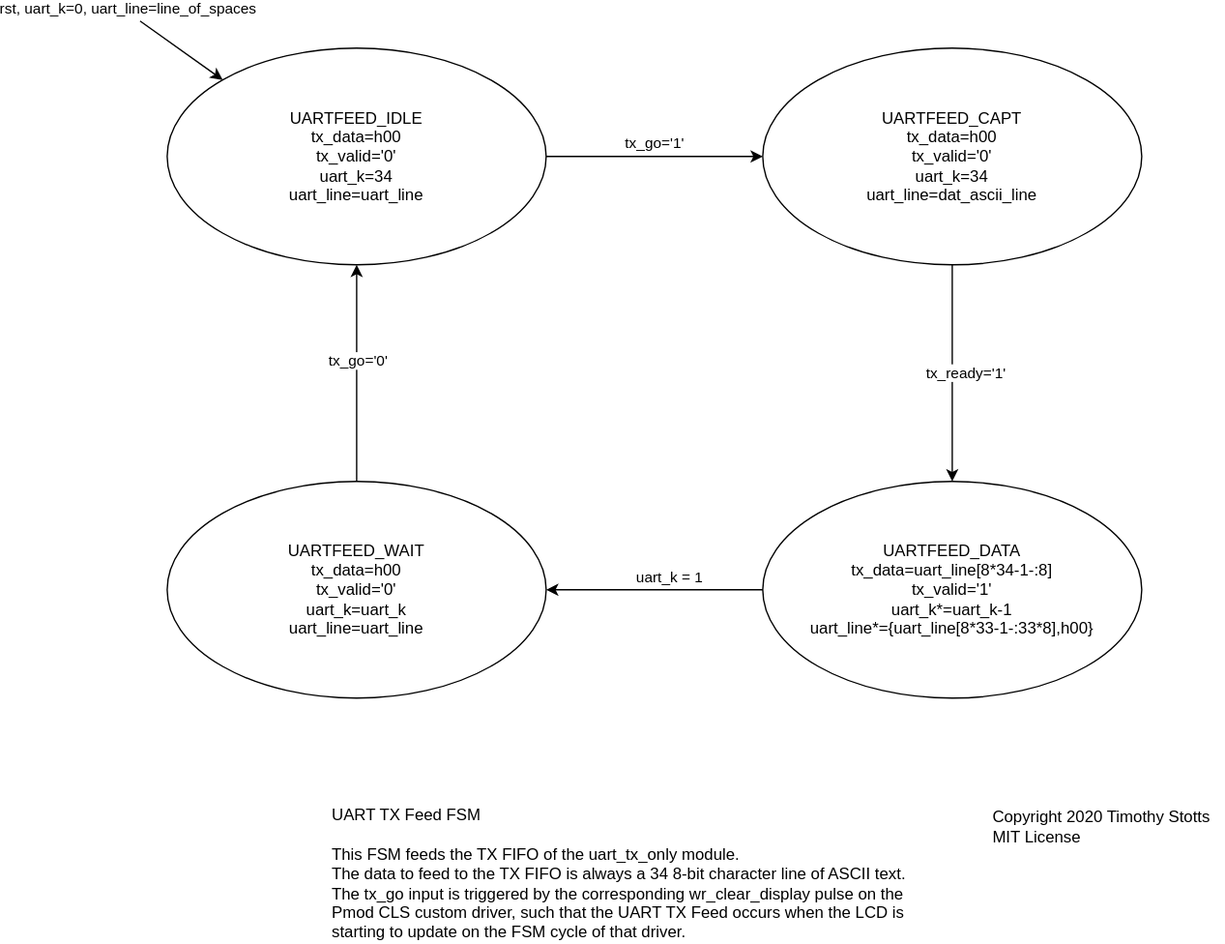
Above: ACL-Tester-Design-Documents/ACL-Tester-Design-Diagrams-UARTfeed.svg in timothystotts/fpga-serial-acl-tester-1 (draw.io), before the change. Source tidied: cells renumbered, new cells last; positions are measured from the earlier drawing's top-left corner, leaving out a move shared by most shapes. Source of this version:
```xml
<mxGraphModel>
  <root>
    <mxCell id="0" />
    <mxCell id="1" parent="0" />
    <mxCell id="2" value="UARTFEED_IDLE&lt;br&gt;tx_data=h00&lt;br&gt;tx_valid='0'&lt;br&gt;uart_k=34&lt;br&gt;uart_line=uart_line&lt;br&gt;" style="ellipse;whiteSpace=wrap;html=1;" parent="1" vertex="1">
      <mxGeometry x="20" y="20" width="280" height="160" as="geometry" />
    </mxCell>
    <mxCell id="3" value="UARTFEED_CAPT&lt;br&gt;tx_data=h00&lt;br&gt;tx_valid='0'&lt;br&gt;uart_k=34&lt;br&gt;uart_line=dat_ascii_line" style="ellipse;whiteSpace=wrap;html=1;" parent="1" vertex="1">
      <mxGeometry x="460" y="20" width="280" height="160" as="geometry" />
    </mxCell>
    <mxCell id="4" value="tx_go='1'" style="endArrow=classic;html=1;exitX=1;exitY=0.5;exitDx=0;exitDy=0;entryX=0;entryY=0.5;entryDx=0;entryDy=0;" parent="1" edge="1" source="2" target="3">
      <mxGeometry y="10" relative="1" as="geometry" />
    </mxCell>
    <mxCell id="5" value="UARTFEED_DATA&lt;br&gt;tx_data=uart_line[8*34-1-:8]&lt;br&gt;tx_valid='1'&lt;br&gt;uart_k*=uart_k-1&lt;br&gt;uart_line*={uart_line[8*33-1-:33*8],h00}" style="ellipse;whiteSpace=wrap;html=1;" parent="1" vertex="1">
      <mxGeometry x="460" y="340" width="280" height="160" as="geometry" />
    </mxCell>
    <mxCell id="6" value="tx_ready='1'" style="endArrow=classic;html=1;exitX=0.5;exitY=1;exitDx=0;exitDy=0;entryX=0.5;entryY=0;entryDx=0;entryDy=0;" parent="1" edge="1" source="3" target="5">
      <mxGeometry y="10" relative="1" as="geometry" />
    </mxCell>
    <mxCell id="7" style="endArrow=classic;html=1;exitX=0;exitY=0.5;exitDx=0;exitDy=0;entryX=1;entryY=0.5;entryDx=0;entryDy=0;" parent="1" edge="1" source="5" target="9">
      <mxGeometry relative="1" as="geometry" />
    </mxCell>
    <mxCell id="8" value="uart_k = 1" style="edgeLabel;html=1;align=center;verticalAlign=middle;" parent="7" vertex="1">
      <mxGeometry x="-0.34" y="-2" relative="1" as="geometry">
        <mxPoint x="-17" y="-8" as="offset" />
      </mxGeometry>
    </mxCell>
    <mxCell id="9" value="UARTFEED_WAIT&lt;br&gt;tx_data=h00&lt;br&gt;tx_valid='0'&lt;br&gt;uart_k=uart_k&lt;br&gt;uart_line=uart_line" style="ellipse;whiteSpace=wrap;html=1;" parent="1" vertex="1">
      <mxGeometry x="20" y="340" width="280" height="160" as="geometry" />
    </mxCell>
    <mxCell id="10" style="endArrow=classic;html=1;exitX=0.5;exitY=0;exitDx=0;exitDy=0;entryX=0.5;entryY=1;entryDx=0;entryDy=0;" parent="1" edge="1" source="9" target="2">
      <mxGeometry relative="1" as="geometry" />
    </mxCell>
    <mxCell id="11" value="tx_go='0'" style="edgeLabel;html=1;align=center;verticalAlign=middle;" parent="10" vertex="1">
      <mxGeometry x="0.3" y="2" relative="1" as="geometry">
        <mxPoint x="2" y="14" as="offset" />
      </mxGeometry>
    </mxCell>
    <mxCell id="12" style="endArrow=classic;html=1;entryX=0;entryY=0;entryDx=0;entryDy=0;" parent="1" edge="1" target="2">
      <mxGeometry relative="1" as="geometry">
        <mxPoint as="sourcePoint" />
      </mxGeometry>
    </mxCell>
    <mxCell id="13" value="rst, uart_k=0, uart_line=line_of_spaces" style="edgeLabel;html=1;align=center;verticalAlign=middle;" parent="12" vertex="1">
      <mxGeometry x="-0.58" y="4" relative="1" as="geometry">
        <mxPoint x="-25.4" y="-16" as="offset" />
      </mxGeometry>
    </mxCell>
    <mxCell id="14" value="UART TX Feed FSM&lt;br&gt;&lt;br&gt;This FSM feeds the TX FIFO of the uart_tx_only module.&lt;br&gt;The data to feed to the TX FIFO is always a 34 8-bit character line of ASCII text.&lt;br&gt;The tx_go input is triggered by the corresponding wr_clear_display pulse on the&lt;br&gt;Pmod CLS custom driver, such that the UART TX Feed occurs when the LCD is&lt;br&gt;starting to update on the FSM cycle of that driver." style="text;html=1;align=left;verticalAlign=middle;" parent="1" vertex="1">
      <mxGeometry x="140" y="580" width="440" height="100" as="geometry" />
    </mxCell>
    <mxCell id="15" value="&lt;div style=&quot;text-align: left&quot;&gt;&lt;span&gt;Copyright 2020 Timothy Stotts&lt;/span&gt;&lt;/div&gt;&lt;div style=&quot;text-align: left&quot;&gt;&lt;span&gt;MIT License&lt;/span&gt;&lt;/div&gt;" style="text;html=1;align=center;verticalAlign=middle;" parent="1" vertex="1">
      <mxGeometry x="620" y="580" width="180" height="30" as="geometry" />
    </mxCell>
  </root>
</mxGraphModel>
```
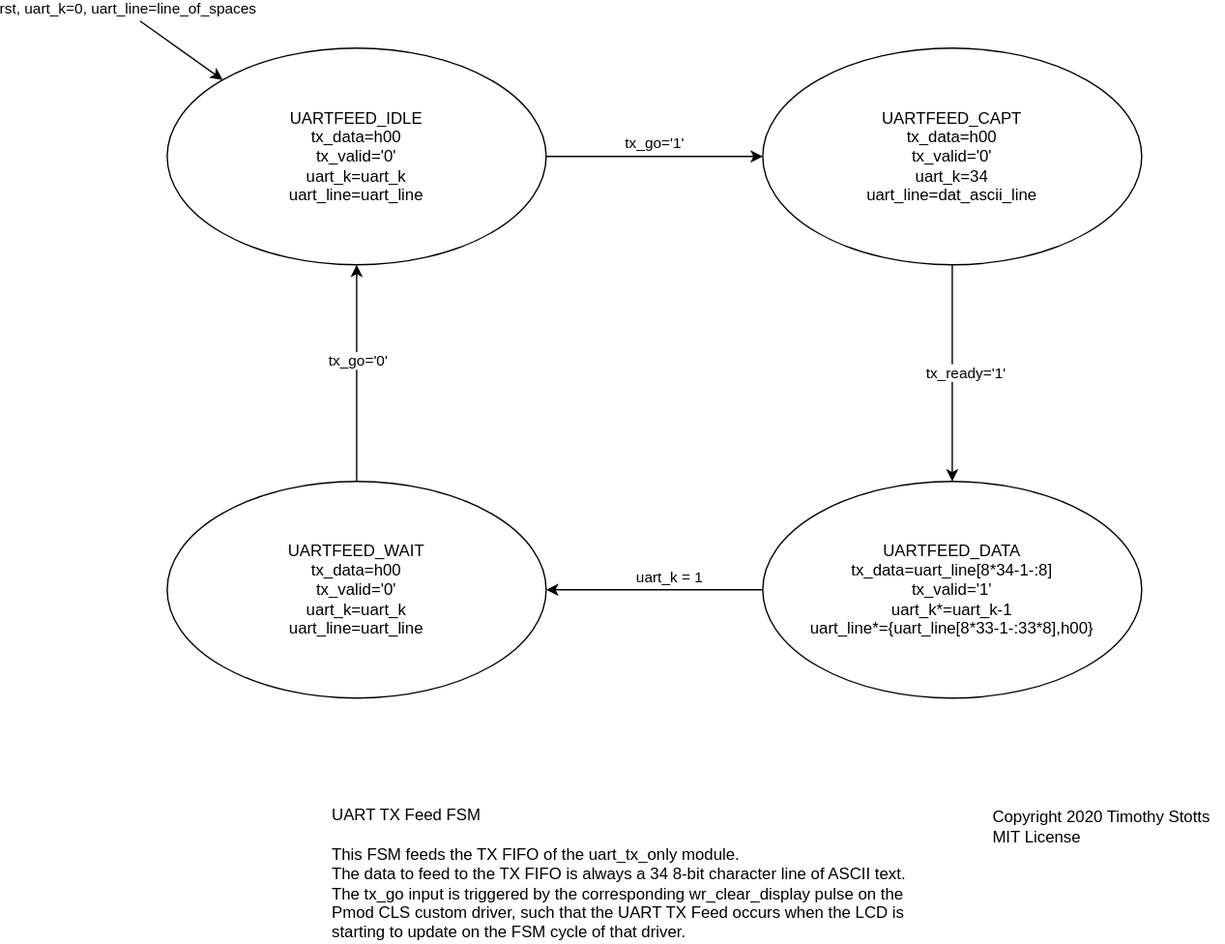
Above is the later version.

Commit message:
The ACL Tester Design Diagrams document was updated to revision 13A with an update to the UART Feed FSM diagram.

What changed in the source:
```diff
@@ -2,7 +2,7 @@
   <root>
     <mxCell id="0" />
     <mxCell id="1" parent="0" />
-    <mxCell id="2" value="UARTFEED_IDLE&lt;br&gt;tx_data=h00&lt;br&gt;tx_valid='0'&lt;br&gt;uart_k=34&lt;br&gt;uart_line=uart_line&lt;br&gt;" style="ellipse;whiteSpace=wrap;html=1;" parent="1" vertex="1">
+    <mxCell id="2" value="UARTFEED_IDLE&lt;br&gt;tx_data=h00&lt;br&gt;tx_valid='0'&lt;br&gt;uart_k=uart_k&lt;br&gt;uart_line=uart_line" style="ellipse;whiteSpace=wrap;html=1;" parent="1" vertex="1">
       <mxGeometry x="20" y="20" width="280" height="160" as="geometry" />
     </mxCell>
     <mxCell id="3" value="UARTFEED_CAPT&lt;br&gt;tx_data=h00&lt;br&gt;tx_valid='0'&lt;br&gt;uart_k=34&lt;br&gt;uart_line=dat_ascii_line" style="ellipse;whiteSpace=wrap;html=1;" parent="1" vertex="1">
```
